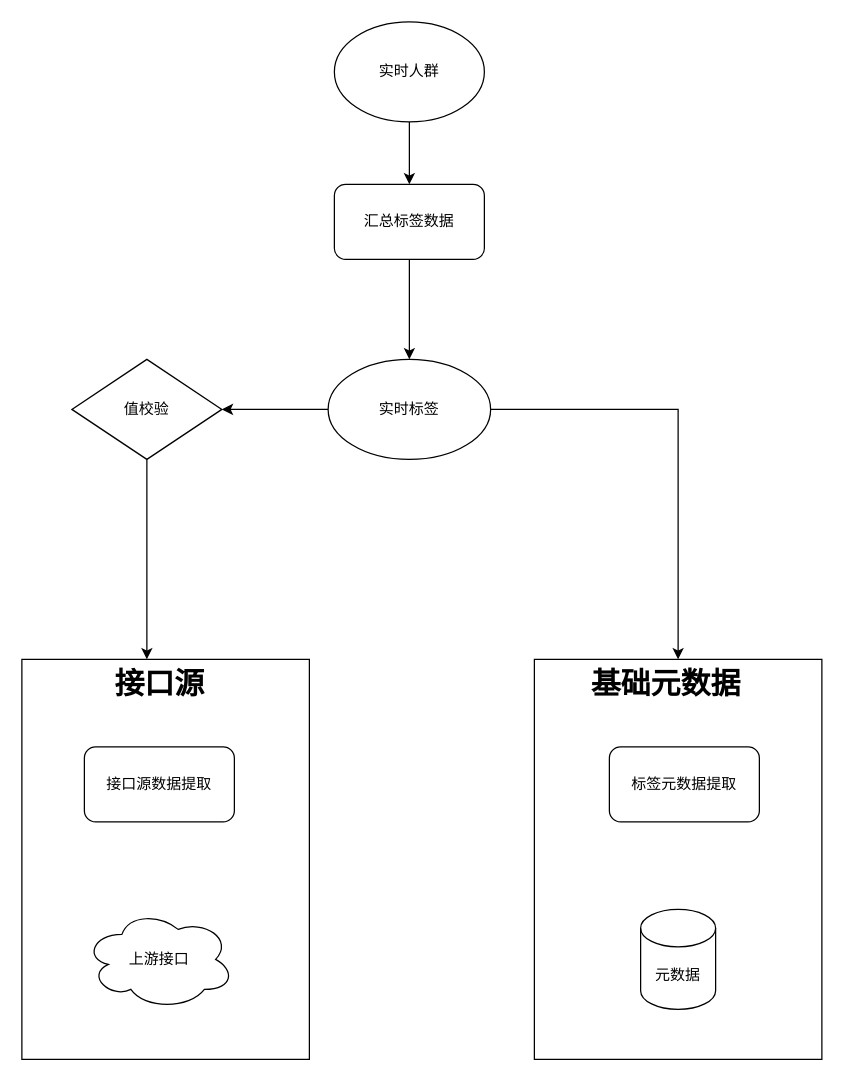
Earlier version of the draw.io diagram 实时标签架构图.drawio (1418956397/JavaWeb-Project-Source-Share). Source tidied: cells renumbered, new cells numbered last; positions are measured from the earlier drawing's top-left corner, leaving out a move shared by most shapes. Both pictures are drawn from the tidied source at 125%, with x=0, y=0 at pixel (21, 21).
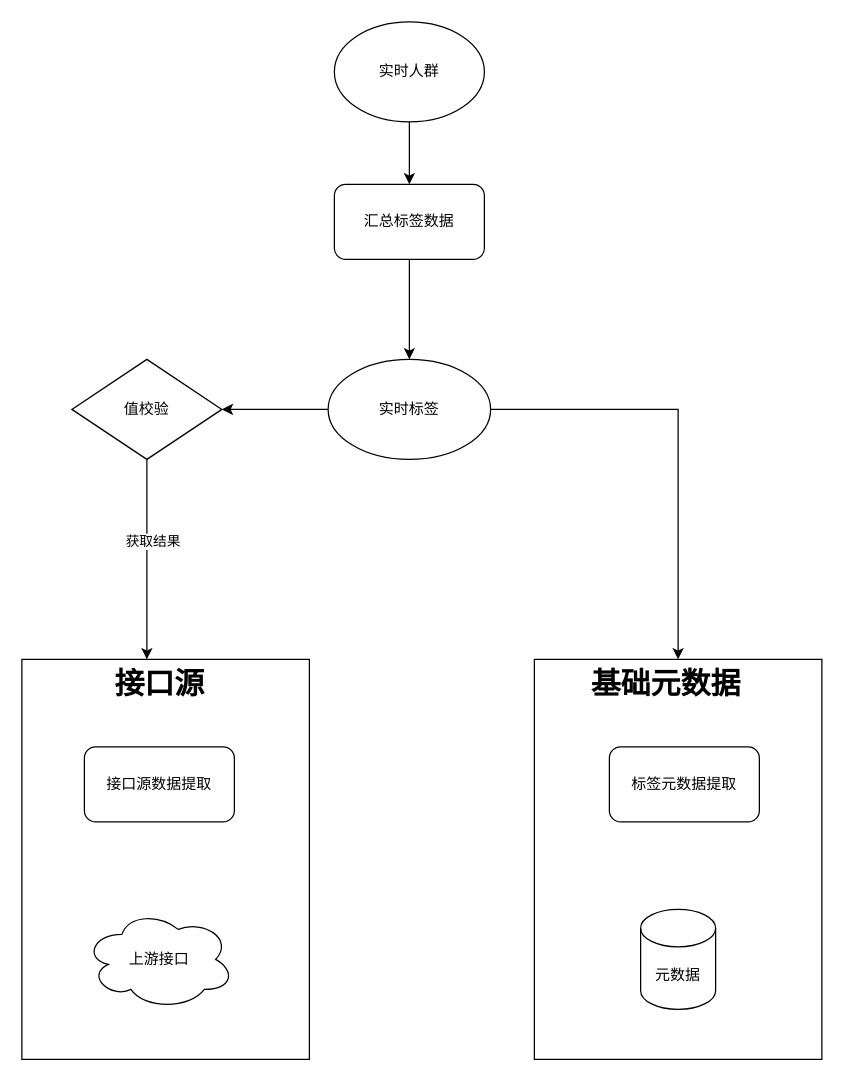
After the change.

Commit message (it also covers changes not shown here):
更新实时标签架构图.drawio

Diff of the diagram source:
```diff
@@
 <mxGraphModel>
   <root>
     <mxCell id="0" />
     <mxCell id="1" parent="0" />
     <mxCell id="2" style="edgeStyle=orthogonalEdgeStyle;rounded=0;jettySize=auto;html=1;" parent="1" edge="1" source="4" target="12">
       <mxGeometry relative="1" as="geometry" />
     </mxCell>
     <mxCell id="3" style="edgeStyle=orthogonalEdgeStyle;rounded=0;jettySize=auto;html=1;" parent="1" edge="1" source="4" target="17">
       <mxGeometry relative="1" as="geometry" />
     </mxCell>
     <mxCell id="4" value="实时标签" style="ellipse;whiteSpace=wrap;html=1;" parent="1" vertex="1">
       <mxGeometry x="245" y="270" width="130" height="80" as="geometry" />
     </mxCell>
     <mxCell id="5" style="rounded=0;whiteSpace=wrap;html=1;" parent="1" vertex="1">
       <mxGeometry y="510" width="230" height="320" as="geometry" />
     </mxCell>
     <mxCell id="6" value="接口源" style="text;strokeColor=none;fillColor=none;html=1;fontSize=24;fontStyle=1;verticalAlign=middle;align=center;" parent="1" vertex="1">
       <mxGeometry x="60" y="510" width="100" height="40" as="geometry" />
     </mxCell>
     <mxCell id="7" value="上游接口" style="ellipse;shape=cloud;whiteSpace=wrap;html=1;" parent="1" vertex="1">
       <mxGeometry x="50" y="710" width="120" height="80" as="geometry" />
     </mxCell>
     <mxCell id="8" style="edgeStyle=orthogonalEdgeStyle;rounded=0;jettySize=auto;html=1;" parent="1" edge="1" source="9" target="11">
       <mxGeometry relative="1" as="geometry" />
     </mxCell>
     <mxCell id="9" value="实时人群" style="ellipse;whiteSpace=wrap;html=1;" parent="1" vertex="1">
       <mxGeometry x="250" width="120" height="80" as="geometry" />
     </mxCell>
     <mxCell id="10" style="edgeStyle=orthogonalEdgeStyle;rounded=0;jettySize=auto;html=1;" parent="1" edge="1" source="11" target="4">
       <mxGeometry relative="1" as="geometry" />
     </mxCell>
     <mxCell id="11" value="汇总标签数据" style="rounded=1;whiteSpace=wrap;html=1;" parent="1" vertex="1">
       <mxGeometry x="250" y="130" width="120" height="60" as="geometry" />
     </mxCell>
     <mxCell id="12" style="rounded=0;whiteSpace=wrap;html=1;" parent="1" vertex="1">
       <mxGeometry x="410" y="510" width="230" height="320" as="geometry" />
     </mxCell>
     <mxCell id="13" value="基础元数据" style="text;strokeColor=none;fillColor=none;html=1;fontSize=24;fontStyle=1;verticalAlign=middle;align=center;" parent="1" vertex="1">
       <mxGeometry x="465" y="510" width="100" height="40" as="geometry" />
     </mxCell>
     <mxCell id="14" value="元数据" style="shape=cylinder3;whiteSpace=wrap;html=1;boundedLbl=1;backgroundOutline=1;size=15;" parent="1" vertex="1">
       <mxGeometry x="495" y="710" width="60" height="80" as="geometry" />
     </mxCell>
     <mxCell id="15" value="接口源数据提取" style="rounded=1;whiteSpace=wrap;html=1;" parent="1" vertex="1">
       <mxGeometry x="50" y="580" width="120" height="60" as="geometry" />
     </mxCell>
     <mxCell id="16" value="标签元数据提取" style="rounded=1;whiteSpace=wrap;html=1;" parent="1" vertex="1">
       <mxGeometry x="470" y="580" width="120" height="60" as="geometry" />
     </mxCell>
     <mxCell id="17" value="值校验" style="rhombus;whiteSpace=wrap;html=1;" parent="1" vertex="1">
       <mxGeometry x="40" y="270" width="120" height="80" as="geometry" />
     </mxCell>
     <mxCell id="18" style="edgeStyle=orthogonalEdgeStyle;rounded=0;jettySize=auto;html=1;entryX=0.4;entryY=0;entryDx=0;entryDy=0;entryPerimeter=0;" parent="1" edge="1" source="17" target="6">
       <mxGeometry relative="1" as="geometry" />
     </mxCell>
+    <mxCell id="19" value="获取结果" style="edgeLabel;html=1;align=center;verticalAlign=middle;" parent="18" vertex="1">
+      <mxGeometry x="-0.19" y="4" relative="1" as="geometry" />
+    </mxCell>
   </root>
 </mxGraphModel>
```
